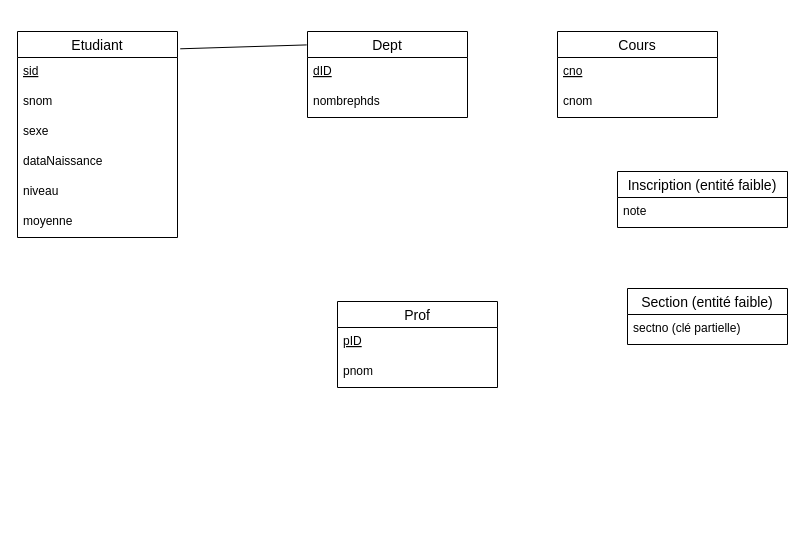
This is tp3/uml_diagram_tp3.drawio from bkilias/tps_INF3710, a draw.io file, before an edit. Source tidied: cells renumbered, new cells numbered last; positions are measured from the earlier drawing's top-left corner, leaving out a move shared by most shapes. Both pictures are drawn from the tidied source at 100%, with x=0, y=0 at pixel (17, 31).
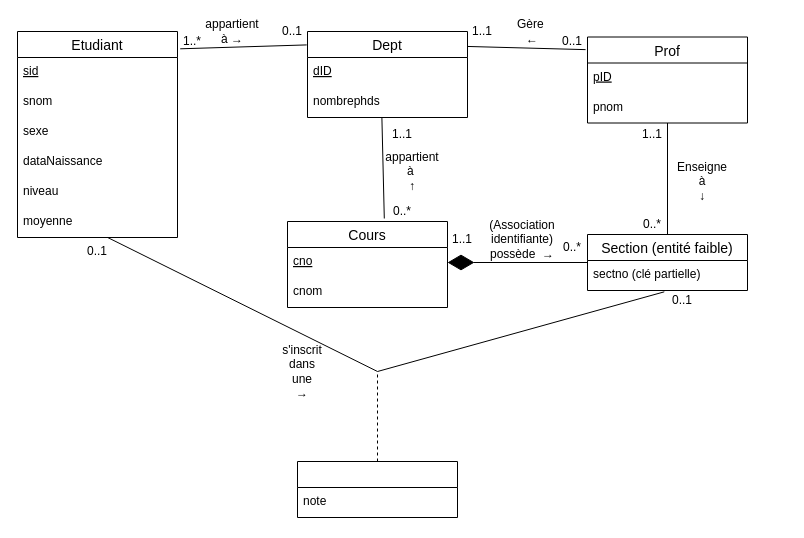
The same diagram, later.

The change refers to these unchanged cells:
```xml
<mxCell id="2" value="Etudiant" style="swimlane;fontStyle=0;horizontal=1;startSize=26;align=center;fontSize=14;" parent="1" vertex="1">
  <mxGeometry width="160" height="206" as="geometry" />
</mxCell>
<mxCell id="8" value="moyenne" style="text;strokeColor=none;fillColor=none;spacingLeft=4;spacingRight=4;overflow=hidden;points=[[0,0.5],[1,0.5]];portConstraint=eastwest;fontSize=12;" parent="2" vertex="1">
  <mxGeometry y="176" width="160" height="30" as="geometry" />
</mxCell>
<mxCell id="9" value="Dept" style="swimlane;fontStyle=0;horizontal=1;startSize=26;align=center;fontSize=14;" parent="1" vertex="1">
  <mxGeometry x="290" width="160" height="86" as="geometry" />
</mxCell>
<mxCell id="11" value="nombrephds" style="text;strokeColor=none;fillColor=none;spacingLeft=4;spacingRight=4;overflow=hidden;points=[[0,0.5],[1,0.5]];portConstraint=eastwest;fontSize=12;" parent="9" vertex="1">
  <mxGeometry y="56" width="160" height="30" as="geometry" />
</mxCell>
<mxCell id="16" value="sectno (clé partielle)" style="text;strokeColor=none;fillColor=none;spacingLeft=4;spacingRight=4;overflow=hidden;points=[[0,0.5],[1,0.5]];portConstraint=eastwest;fontSize=12;" parent="15" vertex="1">
  <mxGeometry y="26" width="160" height="30" as="geometry" />
</mxCell>
<mxCell id="18" value="cno" style="text;strokeColor=none;fillColor=none;spacingLeft=4;spacingRight=4;overflow=hidden;points=[[0,0.5],[1,0.5]];portConstraint=eastwest;fontSize=12;fontStyle=4;" parent="17" vertex="1">
  <mxGeometry y="26" width="160" height="30" as="geometry" />
</mxCell>
```

Change to the diagram source:
```diff
@@
     <mxCell id="12" value="Prof" style="swimlane;fontStyle=0;horizontal=1;startSize=26;align=center;fontSize=14;" parent="1" vertex="1">
-      <mxGeometry x="320" y="270" width="160" height="86" as="geometry" />
+      <mxGeometry x="570" y="5.5" width="160" height="86" as="geometry" />
     </mxCell>
@@
     <mxCell id="15" value="Section (entité faible)" style="swimlane;fontStyle=0;horizontal=1;startSize=26;align=center;fontSize=14;" parent="1" vertex="1">
-      <mxGeometry x="610" y="257" width="160" height="56" as="geometry" />
+      <mxGeometry x="570" y="203" width="160" height="56" as="geometry" />
     </mxCell>
@@
     <mxCell id="17" value="Cours" style="swimlane;fontStyle=0;horizontal=1;startSize=26;align=center;fontSize=14;" parent="1" vertex="1">
-      <mxGeometry x="540" width="160" height="86" as="geometry" />
+      <mxGeometry x="270" y="190" width="160" height="86" as="geometry" />
     </mxCell>
@@
-    <mxCell id="20" value="Inscription (entité faible)" style="swimlane;fontStyle=0;horizontal=1;startSize=26;align=center;fontSize=14;" parent="1" vertex="1">
-      <mxGeometry x="600" y="140" width="170" height="56" as="geometry" />
-    </mxCell>
+    <mxCell id="22" style="endArrow=none;html=1;rounded=0;entryX=-0.005;entryY=0.156;entryDx=0;entryDy=0;entryPerimeter=0;exitX=1.017;exitY=0.084;exitDx=0;exitDy=0;exitPerimeter=0;" parent="1" edge="1" source="2" target="9">
+      <mxGeometry relative="1" as="geometry" />
+    </mxCell>
+    <mxCell id="23" value="1..*" style="text;strokeColor=none;align=center;fillColor=none;html=1;verticalAlign=middle;whiteSpace=wrap;rounded=0;" parent="1" vertex="1">
+      <mxGeometry x="160" width="30" height="20" as="geometry" />
+    </mxCell>
+    <mxCell id="24" value="0..1" style="text;strokeColor=none;align=center;fillColor=none;html=1;verticalAlign=middle;whiteSpace=wrap;rounded=0;" parent="1" vertex="1">
+      <mxGeometry x="260" y="-10" width="30" height="20" as="geometry" />
+    </mxCell>
+    <mxCell id="25" style="endArrow=none;html=1;rounded=0;entryX=1;entryY=0.174;entryDx=0;entryDy=0;entryPerimeter=0;verticalAlign=top;strokeColor=default;exitX=-0.012;exitY=0.147;exitDx=0;exitDy=0;exitPerimeter=0;" parent="1" edge="1" source="12" target="9">
+      <mxGeometry relative="1" as="geometry" />
+    </mxCell>
+    <mxCell id="26" value="1..1" style="text;strokeColor=none;align=center;fillColor=none;html=1;verticalAlign=middle;whiteSpace=wrap;rounded=0;" parent="1" vertex="1">
+      <mxGeometry x="450" y="-10" width="30" height="20" as="geometry" />
+    </mxCell>
+    <mxCell id="27" value="0..1" style="text;strokeColor=none;align=center;fillColor=none;html=1;verticalAlign=middle;whiteSpace=wrap;rounded=0;" parent="1" vertex="1">
+      <mxGeometry x="540" width="30" height="20" as="geometry" />
+    </mxCell>
+    <mxCell id="28" value="Gère&amp;nbsp; ←" style="text;strokeColor=none;align=center;fillColor=none;html=1;verticalAlign=middle;whiteSpace=wrap;rounded=0;" parent="1" vertex="1">
+      <mxGeometry x="500" y="-10" width="30" height="20" as="geometry" />
+    </mxCell>
+    <mxCell id="29" value="1..1" style="text;strokeColor=none;align=center;fillColor=none;html=1;verticalAlign=middle;whiteSpace=wrap;rounded=0;" parent="1" vertex="1">
+      <mxGeometry x="370" y="91.5" width="30" height="23" as="geometry" />
+    </mxCell>
+    <mxCell id="30" value="0..*" style="text;strokeColor=none;align=center;fillColor=none;html=1;verticalAlign=middle;whiteSpace=wrap;rounded=0;" parent="1" vertex="1">
+      <mxGeometry x="370" y="170" width="30" height="20" as="geometry" />
+    </mxCell>
+    <mxCell id="31" style="endArrow=diamondThin;endFill=1;endSize=24;html=1;rounded=0;strokeColor=default;entryX=1;entryY=0.5;entryDx=0;entryDy=0;exitX=0;exitY=0.5;exitDx=0;exitDy=0;" parent="1" edge="1" source="15" target="18">
+      <mxGeometry relative="1" as="geometry" />
+    </mxCell>
+    <mxCell id="32" value="1..1" style="text;strokeColor=none;align=center;fillColor=none;html=1;verticalAlign=middle;whiteSpace=wrap;rounded=0;" parent="1" vertex="1">
+      <mxGeometry x="430" y="196" width="30" height="23" as="geometry" />
+    </mxCell>
+    <mxCell id="33" value="0..*" style="text;strokeColor=none;align=center;fillColor=none;html=1;verticalAlign=middle;whiteSpace=wrap;rounded=0;" parent="1" vertex="1">
+      <mxGeometry x="540" y="206" width="30" height="20" as="geometry" />
+    </mxCell>
+    <mxCell id="34" style="endArrow=none;html=1;rounded=0;exitX=0.5;exitY=0;exitDx=0;exitDy=0;entryX=1;entryY=0;entryDx=0;entryDy=0;" parent="1" edge="1" source="15" target="35">
+      <mxGeometry relative="1" as="geometry" />
+    </mxCell>
+    <mxCell id="35" value="1..1" style="text;strokeColor=none;align=center;fillColor=none;html=1;verticalAlign=middle;whiteSpace=wrap;rounded=0;" parent="1" vertex="1">
+      <mxGeometry x="620" y="91.5" width="30" height="23" as="geometry" />
+    </mxCell>
+    <mxCell id="36" value="0..*" style="text;strokeColor=none;align=center;fillColor=none;html=1;verticalAlign=middle;whiteSpace=wrap;rounded=0;" parent="1" vertex="1">
+      <mxGeometry x="620" y="183" width="30" height="20" as="geometry" />
+    </mxCell>
+    <mxCell id="37" value="appartient à&amp;nbsp;→" style="text;strokeColor=none;align=center;fillColor=none;html=1;verticalAlign=middle;whiteSpace=wrap;rounded=0;" parent="1" vertex="1">
+      <mxGeometry x="200" y="-10" width="30" height="20" as="geometry" />
+    </mxCell>
+    <mxCell id="38" value="appartient à&amp;nbsp;&lt;br&gt;↑" style="text;strokeColor=none;align=center;fillColor=none;html=1;verticalAlign=middle;whiteSpace=wrap;rounded=0;" parent="1" vertex="1">
+      <mxGeometry x="380" y="130" width="30" height="20" as="geometry" />
+    </mxCell>
+    <mxCell id="39" value="(Association identifiante)&lt;br&gt;possède&amp;nbsp; →" style="text;strokeColor=none;align=center;fillColor=none;html=1;verticalAlign=middle;whiteSpace=wrap;rounded=0;" parent="1" vertex="1">
+      <mxGeometry x="490" y="197.5" width="30" height="20" as="geometry" />
+    </mxCell>
+    <mxCell id="40" style="endArrow=none;html=1;rounded=0;entryX=0.465;entryY=1.007;entryDx=0;entryDy=0;entryPerimeter=0;exitX=0.605;exitY=-0.035;exitDx=0;exitDy=0;exitPerimeter=0;" parent="1" edge="1" source="17" target="11">
+      <mxGeometry relative="1" as="geometry" />
+    </mxCell>
+    <mxCell id="41" value="Enseigne à&lt;br&gt;↓" style="text;strokeColor=none;align=center;fillColor=none;html=1;verticalAlign=middle;whiteSpace=wrap;rounded=0;" parent="1" vertex="1">
+      <mxGeometry x="670" y="140" width="30" height="20" as="geometry" />
+    </mxCell>
+    <mxCell id="42" style="endArrow=none;html=1;rounded=0;entryX=0.48;entryY=1.044;entryDx=0;entryDy=0;entryPerimeter=0;exitX=0.565;exitY=1.004;exitDx=0;exitDy=0;exitPerimeter=0;" parent="1" edge="1" source="8" target="16">
+      <mxGeometry relative="1" as="geometry">
+        <Array as="points">
+          <mxPoint x="360" y="340" />
+        </Array>
+      </mxGeometry>
+    </mxCell>
+    <mxCell id="43" style="swimlane;fontStyle=0;horizontal=1;startSize=26;align=center;fontSize=14;" parent="1" vertex="1">
+      <mxGeometry x="280" y="430" width="160" height="56" as="geometry" />
+    </mxCell>
-    <mxCell id="21" value="note" style="text;strokeColor=none;fillColor=none;spacingLeft=4;spacingRight=4;overflow=hidden;fontSize=12;" parent="20" vertex="1">
-      <mxGeometry y="26" width="170" height="30" as="geometry" />
+    <mxCell id="21" value="note" style="text;strokeColor=none;fillColor=none;spacingLeft=4;spacingRight=4;overflow=hidden;fontSize=12;fontStyle=0;" parent="43" vertex="1">
+      <mxGeometry y="26" width="160" height="30" as="geometry" />
     </mxCell>
-    <mxCell id="22" style="endArrow=none;html=1;rounded=0;entryX=-0.005;entryY=0.156;entryDx=0;entryDy=0;entryPerimeter=0;exitX=1.017;exitY=0.084;exitDx=0;exitDy=0;exitPerimeter=0;" parent="1" edge="1" source="2" target="9">
-      <mxGeometry relative="1" as="geometry" />
-    </mxCell>
+    <mxCell id="44" style="endArrow=none;html=1;rounded=0;exitX=0.5;exitY=0;exitDx=0;exitDy=0;dashed=1;" parent="1" edge="1" source="43">
+      <mxGeometry relative="1" as="geometry">
+        <mxPoint x="360" y="340" as="targetPoint" />
+      </mxGeometry>
+    </mxCell>
+    <mxCell id="45" value="s'inscrit&lt;br&gt;dans une&lt;br&gt;→" style="text;strokeColor=none;align=center;fillColor=none;html=1;verticalAlign=middle;whiteSpace=wrap;rounded=0;" parent="1" vertex="1">
+      <mxGeometry x="270" y="330" width="30" height="20" as="geometry" />
+    </mxCell>
+    <mxCell id="46" value="0..1" style="text;strokeColor=none;align=center;fillColor=none;html=1;verticalAlign=middle;whiteSpace=wrap;rounded=0;" parent="1" vertex="1">
+      <mxGeometry x="650" y="259" width="30" height="20" as="geometry" />
+    </mxCell>
+    <mxCell id="47" value="0..1" style="text;strokeColor=none;align=center;fillColor=none;html=1;verticalAlign=middle;whiteSpace=wrap;rounded=0;" parent="1" vertex="1">
+      <mxGeometry x="65" y="210" width="30" height="20" as="geometry" />
+    </mxCell>
```
